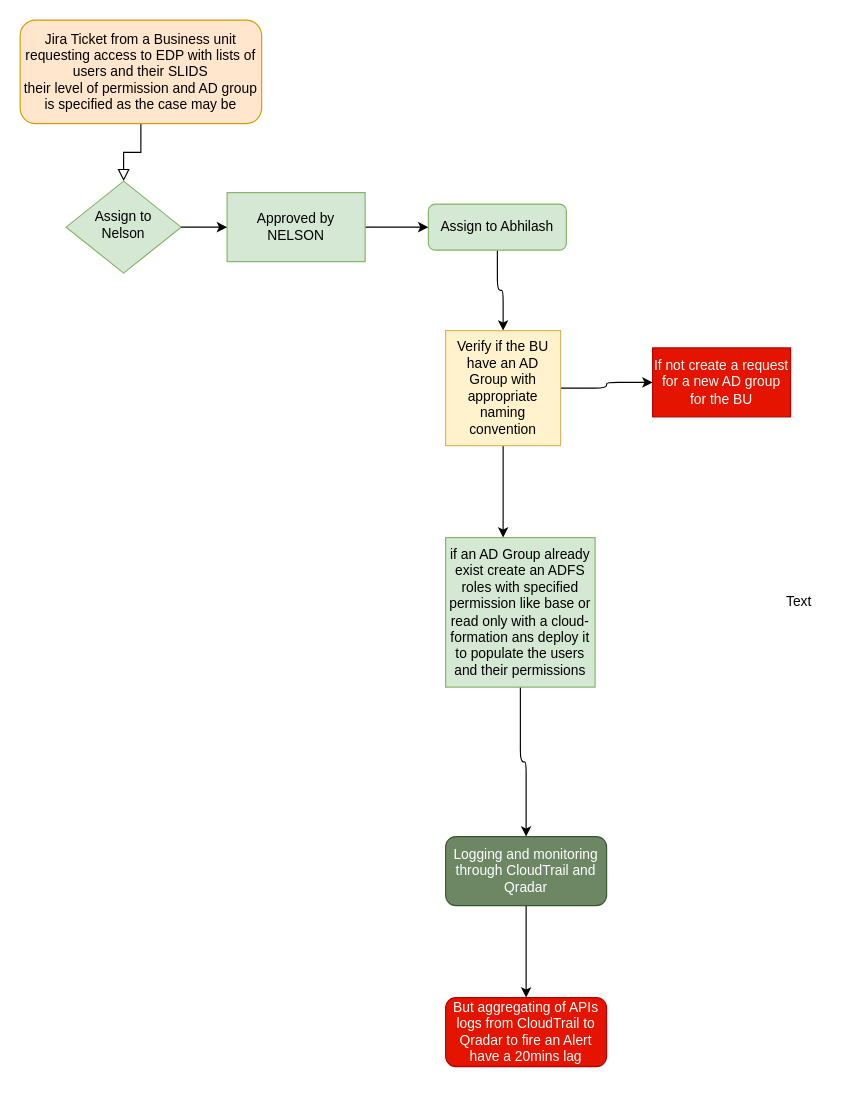
Above: IAM FOLWCHAT .drawio in devopseze/agbaeze (draw.io), before the change. Source tidied: cells renumbered, new cells numbered last; positions are measured from the earlier drawing's top-left corner, leaving out a move shared by most shapes. Both pictures are drawn from the tidied source at 115%, with x=0, y=0 at pixel (20, 20).
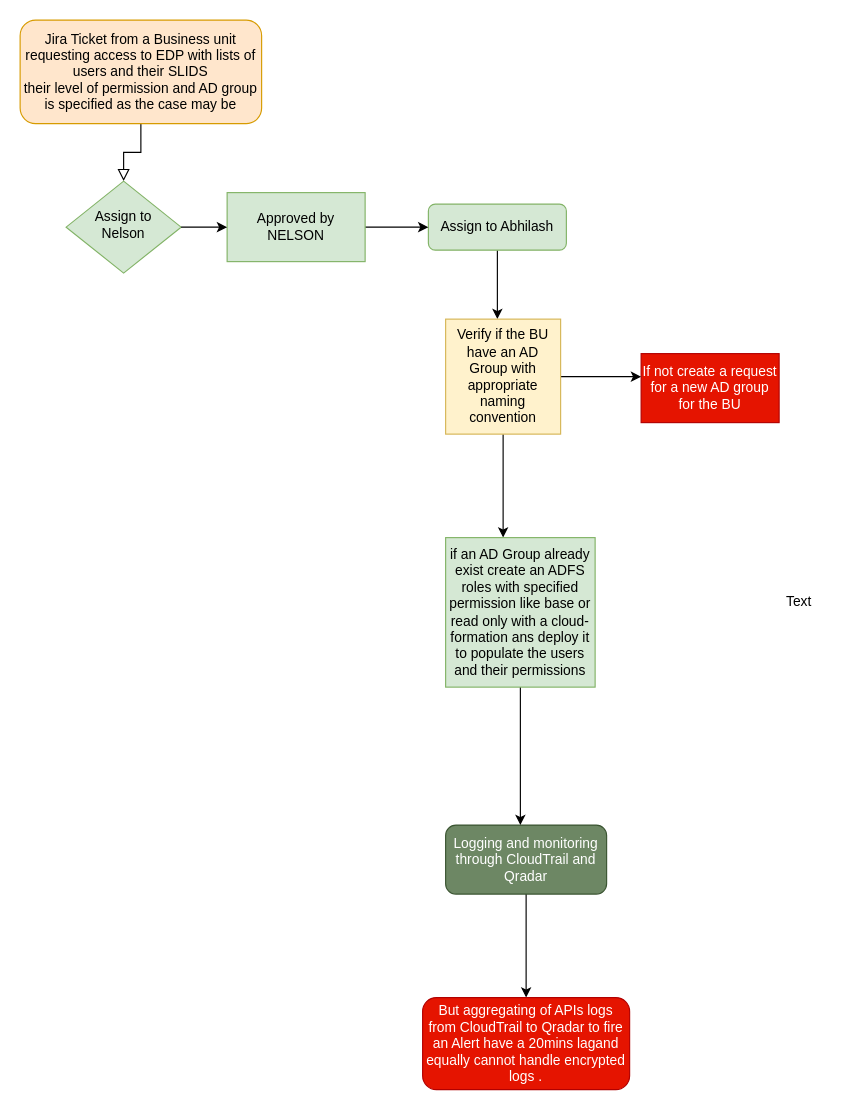
The same page after the edit.

Unchanged cells that the change refers to:
```xml
<mxCell id="6" value="Assign to Abhilash " style="rounded=1;whiteSpace=wrap;html=1;fontSize=12;glass=0;strokeWidth=1;shadow=0;fillColor=#d5e8d4;strokeColor=#82b366;" parent="1" vertex="1">
  <mxGeometry x="355" y="160" width="120" height="40" as="geometry" />
</mxCell>
<mxCell id="15" value="&lt;div&gt;if an AD Group already &lt;br&gt;&lt;/div&gt;&lt;div&gt;exist create an ADFS roles with specified permission like base or read only with a cloud-formation ans deploy it to populate the users and their permissions &lt;br&gt;&lt;/div&gt;" style="whiteSpace=wrap;html=1;fillColor=#d5e8d4;strokeColor=#82b366;" parent="1" vertex="1">
  <mxGeometry x="370" y="450" width="130" height="130" as="geometry" />
</mxCell>
```

The edit, as a diff of the source:
```diff
@@
-    <mxCell id="5" style="edgeStyle=orthogonalEdgeStyle;rounded=1;jettySize=auto;html=1;entryX=0.5;entryY=0;entryDx=0;entryDy=0;" parent="1" edge="1" source="6" target="13">
-      <mxGeometry relative="1" as="geometry" />
-    </mxCell>
+    <mxCell id="20" style="edgeStyle=orthogonalEdgeStyle;rounded=0;jettySize=auto;html=1;" parent="1" edge="1" source="6">
+      <mxGeometry relative="1" as="geometry">
+        <mxPoint x="415" y="260" as="targetPoint" />
+      </mxGeometry>
+    </mxCell>
@@
     <mxCell id="8" value="Logging and monitoring through CloudTrail and Qradar" style="rounded=1;whiteSpace=wrap;html=1;fontSize=12;glass=0;strokeWidth=1;shadow=0;fillColor=#6d8764;strokeColor=#3A5431;fontColor=#ffffff;" parent="1" vertex="1">
-      <mxGeometry x="370" y="710" width="140" height="60" as="geometry" />
+      <mxGeometry x="370" y="700" width="140" height="60" as="geometry" />
     </mxCell>
-    <mxCell id="9" value="But aggregating of APIs logs from CloudTrail to Qradar to fire an Alert have a 20mins lag " style="rounded=1;whiteSpace=wrap;html=1;fontSize=12;glass=0;strokeWidth=1;shadow=0;fillColor=#e51400;strokeColor=#B20000;fontColor=#ffffff;" parent="1" vertex="1">
-      <mxGeometry x="370" y="850" width="140" height="60" as="geometry" />
+    <mxCell id="9" value="But aggregating of APIs logs from CloudTrail to Qradar to fire an Alert have a 20mins lagand equally cannot handle encrypted logs . " style="rounded=1;whiteSpace=wrap;html=1;fontSize=12;glass=0;strokeWidth=1;shadow=0;fillColor=#e51400;strokeColor=#B20000;fontColor=#ffffff;" parent="1" vertex="1">
+      <mxGeometry x="350" y="850" width="180" height="80" as="geometry" />
     </mxCell>
     <mxCell id="10" value="If not create a request for a new AD group for the BU " style="rounded=1;whiteSpace=wrap;html=1;fontSize=12;glass=0;strokeWidth=1;shadow=0;arcSize=0;fillColor=#e51400;strokeColor=#B20000;fontColor=#ffffff;" parent="1" vertex="1">
-      <mxGeometry x="550" y="285" width="120" height="60" as="geometry" />
+      <mxGeometry x="540" y="290" width="120" height="60" as="geometry" />
     </mxCell>
@@
-    <mxCell id="12" style="edgeStyle=orthogonalEdgeStyle;jettySize=auto;html=1;rounded=1;" parent="1" edge="1" source="13" target="10">
-      <mxGeometry relative="1" as="geometry" />
-    </mxCell>
+    <mxCell id="21" style="edgeStyle=orthogonalEdgeStyle;rounded=0;jettySize=auto;html=1;" parent="1" edge="1" source="13">
+      <mxGeometry relative="1" as="geometry">
+        <mxPoint x="540" y="310" as="targetPoint" />
+      </mxGeometry>
+    </mxCell>
     <mxCell id="13" value="Verify if the BU have an AD Group with appropriate naming convention" style="whiteSpace=wrap;html=1;fillColor=#fff2cc;strokeColor=#d6b656;" parent="1" vertex="1">
-      <mxGeometry x="370" y="270" width="100" height="100" as="geometry" />
+      <mxGeometry x="370" y="260" width="100" height="100" as="geometry" />
     </mxCell>
-    <mxCell id="14" style="edgeStyle=orthogonalEdgeStyle;rounded=1;jettySize=auto;html=1;entryX=0.5;entryY=0;entryDx=0;entryDy=0;" parent="1" edge="1" source="15" target="8">
-      <mxGeometry relative="1" as="geometry" />
-    </mxCell>
+    <mxCell id="22" style="edgeStyle=orthogonalEdgeStyle;rounded=0;jettySize=auto;html=1;" parent="1" edge="1" source="15">
+      <mxGeometry relative="1" as="geometry">
+        <mxPoint x="435" y="700" as="targetPoint" />
+      </mxGeometry>
+    </mxCell>
```
